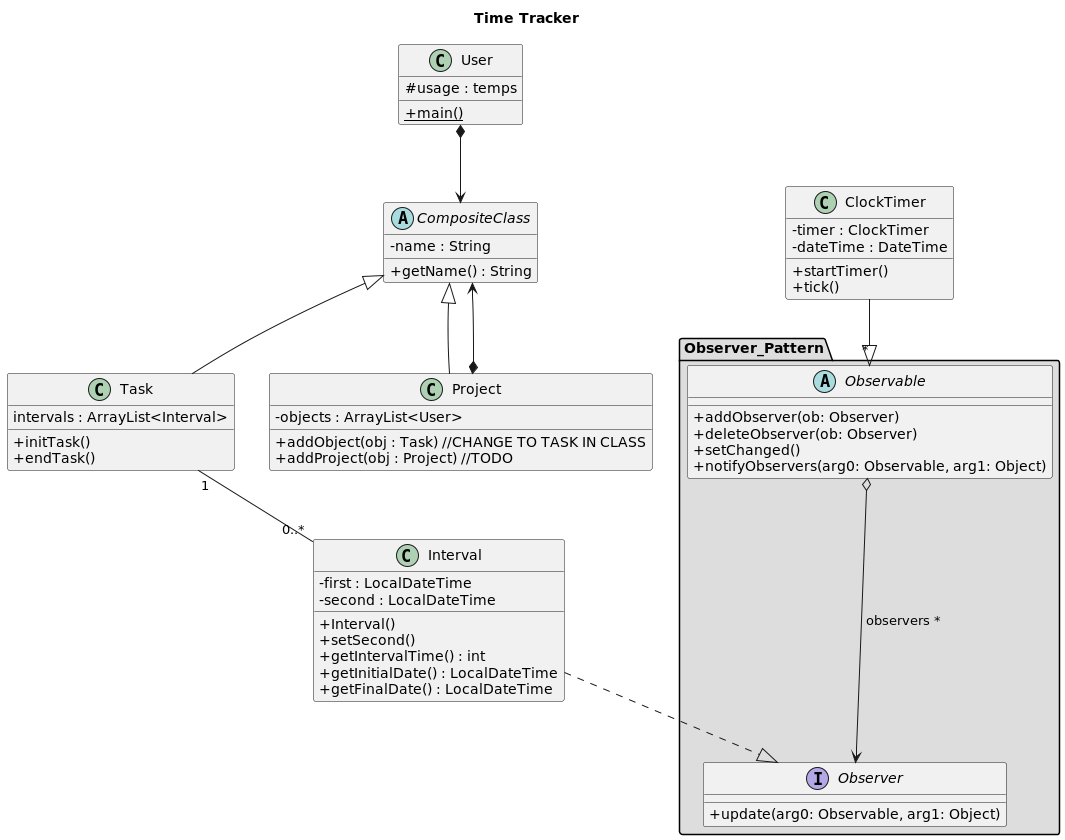
This is diagram/classDiagramV2.png from joaquimcodina/TimeTracker, a PlantUML export, as it was before one commit.
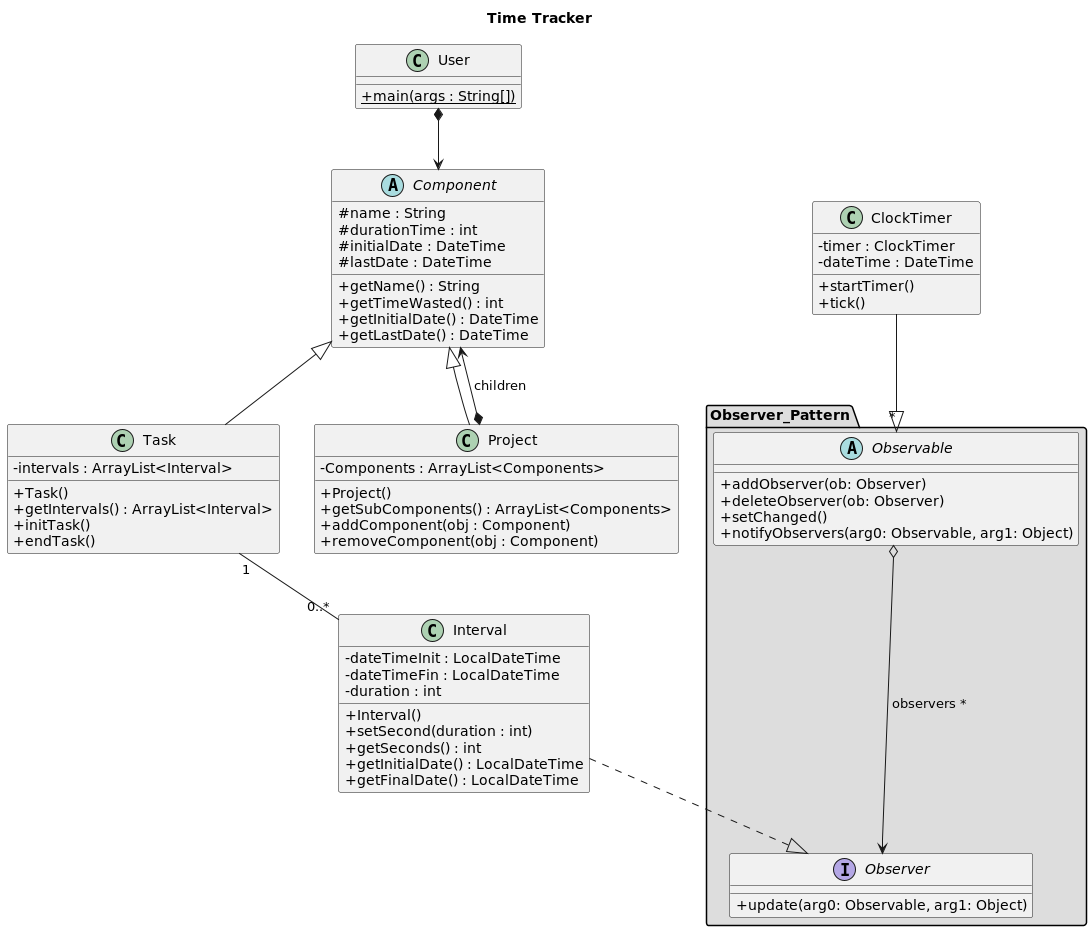
Above is the later version.

Commit message:
Class Diagram V4

Diff of the diagram source:
```diff
@@ -4,21 +4,23 @@
 title "Time Tracker"
 
 class User {
-# usage : temps
-+{static} main()
++{static} main(args : String[])
 }
 
-class Task extends CompositeClass{
- intervals : ArrayList<Interval>
-
+class Task extends Component{
+- intervals : ArrayList<Interval>
++ Task()
++ getIntervals() : ArrayList<Interval>
 + initTask()
 + endTask()
 }
 
-class Project extends CompositeClass {
-- objects : ArrayList<User>
-+ addObject(obj : Task) //CHANGE TO TASK IN CLASS
-+ addProject(obj : Project) //TODO
+class Project extends Component {
+- Components : ArrayList<Components>
++ Project()
++ getSubComponents() : ArrayList<Components>
++ addComponent(obj : Component)
++ removeComponent(obj : Component)
 }
 
 package "Observer_Pattern" #DDDDDD{
@@ -43,25 +45,31 @@
 + tick()
 }
 
-abstract class CompositeClass{
-- name : String
+abstract class Component{
+# name : String
+# durationTime : int
+# initialDate : DateTime
+# lastDate : DateTime
 + getName() : String
++ getTimeWasted() : int
++ getInitialDate() : DateTime
++ getLastDate() : DateTime
 }
 
 class Interval {
-- first : LocalDateTime
-- second : LocalDateTime
-
+- dateTimeInit : LocalDateTime
+- dateTimeFin : LocalDateTime
+- duration : int
 + Interval()
-+ setSecond()
-+ getIntervalTime() : int
++ setSecond(duration : int)
++ getSeconds() : int
 + getInitialDate() : LocalDateTime
 + getFinalDate() : LocalDateTime
 }
 
 
-User *--> CompositeClass
-CompositeClass <--* Project
+User *--> Component
+Component <--* Project : "children"
 Task "1"--"0..*" Interval
 ClockTimer --|> "*" Observable
 Interval ..|> Observer
```
